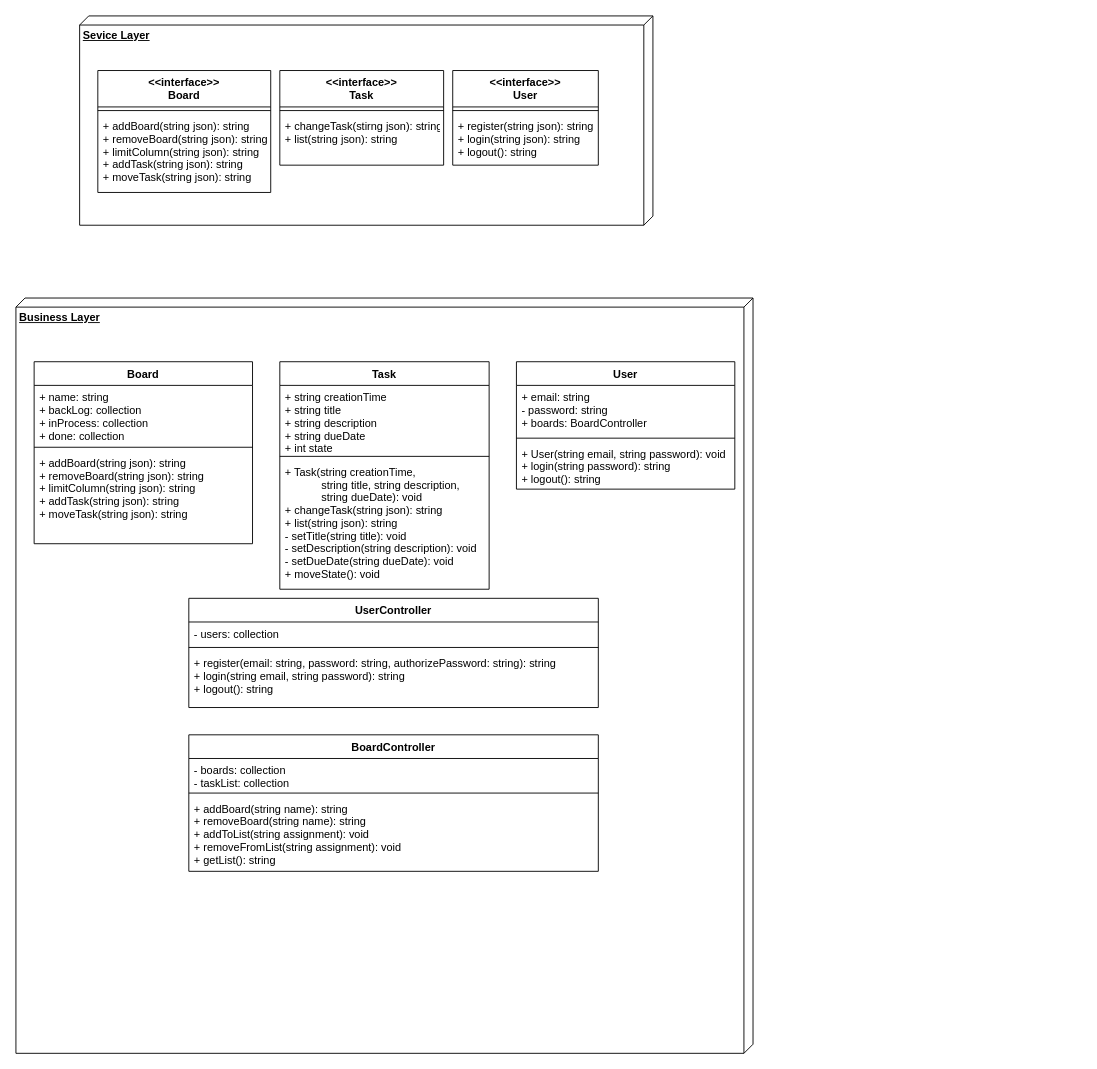
The draw.io diagram KanbanDesign1.drawio in danelboikis/KanbanSEAssignment, before the edit. Source tidied: cells renumbered, new cells numbered last; positions are measured from the earlier drawing's top-left corner, leaving out a move shared by most shapes. Both pictures are drawn from the tidied source at 91%, with x=0, y=0 at pixel (15, 15).
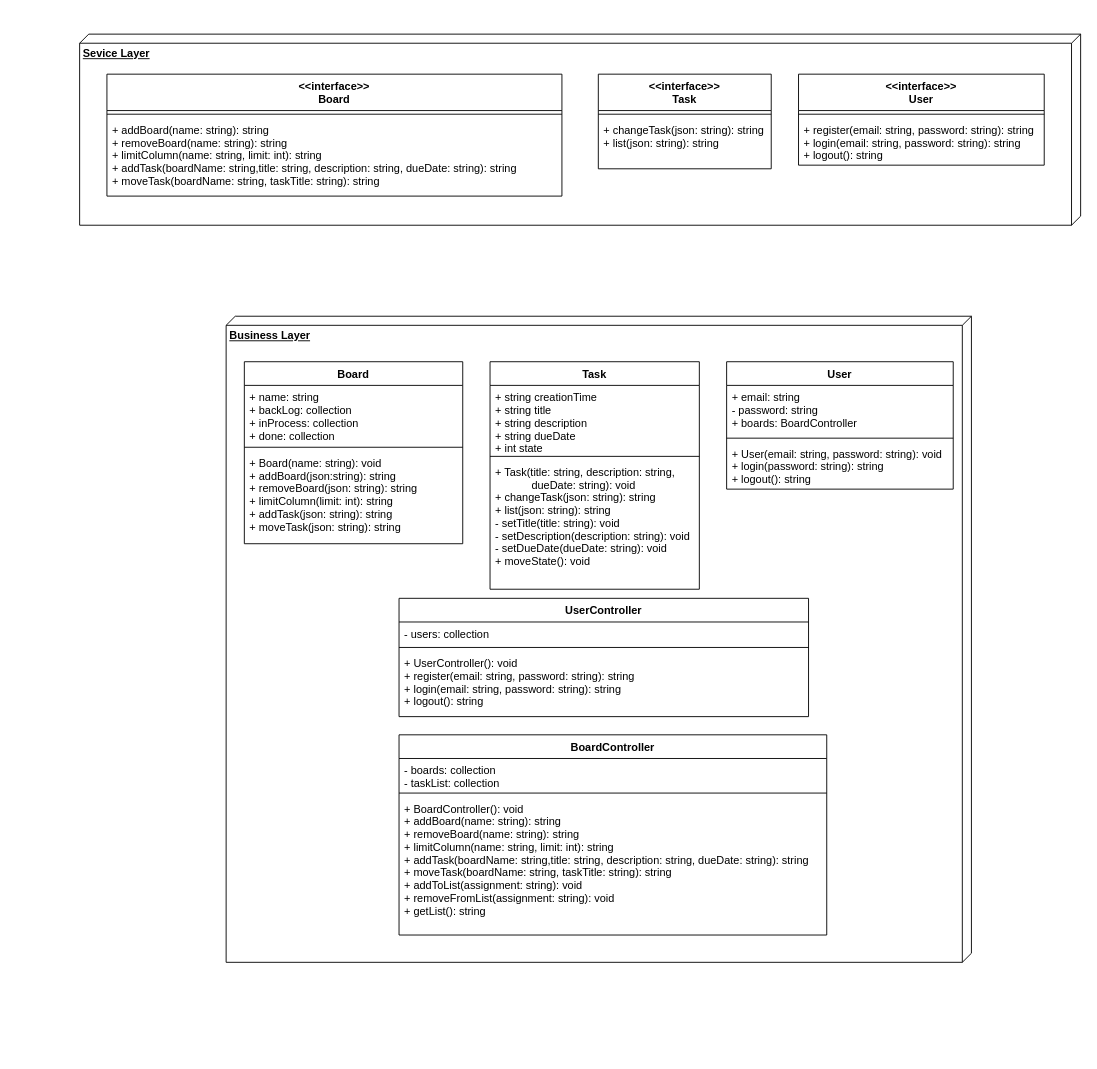
After the change.

Diff of the diagram source:
```diff
@@
     <mxCell id="2" value="&lt;b&gt;Sevice Layer&lt;/b&gt;" style="verticalAlign=top;align=left;spacingTop=8;spacingLeft=2;spacingRight=12;shape=cube;size=10;direction=south;fontStyle=4;html=1;" parent="1" vertex="1">
-      <mxGeometry x="70" width="630" height="230" as="geometry" />
+      <mxGeometry x="70" y="20" width="1100" height="210" as="geometry" />
     </mxCell>
-    <mxCell id="3" value="&lt;&lt;interface&gt;&gt;&#10;Board" style="swimlane;fontStyle=1;align=center;verticalAlign=top;horizontal=1;startSize=40;" parent="1" vertex="1">
-      <mxGeometry x="90" y="60" width="190" height="134" as="geometry" />
-    </mxCell>
-    <mxCell id="4" style="line;strokeWidth=1;fillColor=none;align=left;verticalAlign=middle;spacingTop=-1;spacingLeft=3;spacingRight=3;labelPosition=right;" parent="3" vertex="1">
-      <mxGeometry y="40" width="190" height="8" as="geometry" />
-    </mxCell>
-    <mxCell id="5" value="+ addBoard(string json): string&#10;+ removeBoard(string json): string&#10;+ limitColumn(string json): string&#10;+ addTask(string json): string&#10;+ moveTask(string json): string" style="text;strokeColor=none;fillColor=none;align=left;verticalAlign=top;spacingLeft=4;spacingRight=4;overflow=hidden;" parent="3" vertex="1">
-      <mxGeometry y="48" width="190" height="86" as="geometry" />
-    </mxCell>
     <mxCell id="6" value="&lt;&lt;interface&gt;&gt;&#10;Task" style="swimlane;fontStyle=1;align=center;verticalAlign=top;horizontal=1;startSize=40;" parent="1" vertex="1">
-      <mxGeometry x="290" y="60" width="180" height="104" as="geometry" />
+      <mxGeometry x="640" y="64" width="190" height="104" as="geometry" />
     </mxCell>
     <mxCell id="7" style="line;strokeWidth=1;fillColor=none;align=left;verticalAlign=middle;spacingTop=-1;spacingLeft=3;spacingRight=3;labelPosition=right;" parent="6" vertex="1">
-      <mxGeometry y="40" width="180" height="8" as="geometry" />
+      <mxGeometry y="40" width="190" height="8" as="geometry" />
     </mxCell>
-    <mxCell id="8" value="+ changeTask(stirng json): string&#10;+ list(string json): string&#10;" style="text;strokeColor=none;fillColor=none;align=left;verticalAlign=top;spacingLeft=4;spacingRight=4;overflow=hidden;" parent="6" vertex="1">
-      <mxGeometry y="48" width="180" height="56" as="geometry" />
+    <mxCell id="8" value="+ changeTask(json: string): string&#10;+ list(json: string): string&#10;" style="text;strokeColor=none;fillColor=none;align=left;verticalAlign=top;spacingLeft=4;spacingRight=4;overflow=hidden;" parent="6" vertex="1">
+      <mxGeometry y="48" width="190" height="56" as="geometry" />
     </mxCell>
     <mxCell id="9" value="&lt;&lt;interface&gt;&gt;&#10;User" style="swimlane;fontStyle=1;align=center;verticalAlign=top;horizontal=1;startSize=40;" parent="1" vertex="1">
-      <mxGeometry x="480" y="60" width="160" height="104" as="geometry" />
+      <mxGeometry x="860" y="64" width="270" height="100" as="geometry" />
     </mxCell>
     <mxCell id="10" style="line;strokeWidth=1;fillColor=none;align=left;verticalAlign=middle;spacingTop=-1;spacingLeft=3;spacingRight=3;labelPosition=right;" parent="9" vertex="1">
-      <mxGeometry y="40" width="160" height="8" as="geometry" />
+      <mxGeometry y="40" width="270" height="8" as="geometry" />
     </mxCell>
-    <mxCell id="11" value="+ register(string json): string&#10;+ login(string json): string&#10;+ logout(): string" style="text;strokeColor=none;fillColor=none;align=left;verticalAlign=top;spacingLeft=4;spacingRight=4;overflow=hidden;" parent="9" vertex="1">
-      <mxGeometry y="48" width="160" height="56" as="geometry" />
+    <mxCell id="11" value="+ register(email: string, password: string): string&#10;+ login(email: string, password: string): string&#10;+ logout(): string" style="text;strokeColor=none;fillColor=none;align=left;verticalAlign=top;spacingLeft=4;spacingRight=4;overflow=hidden;" parent="9" vertex="1">
+      <mxGeometry y="48" width="270" height="52" as="geometry" />
     </mxCell>
     <mxCell id="12" value="&lt;b&gt;Business Layer&lt;/b&gt;" style="verticalAlign=top;align=left;spacingTop=8;spacingLeft=2;spacingRight=12;shape=cube;size=10;direction=south;fontStyle=4;html=1;" parent="1" vertex="1">
-      <mxGeometry y="310" width="810" height="830" as="geometry" />
+      <mxGeometry x="231" y="330" width="819" height="710" as="geometry" />
     </mxCell>
     <mxCell id="13" value="UserController" style="swimlane;fontStyle=1;align=center;verticalAlign=top;horizontal=1;startSize=26;" parent="1" vertex="1">
-      <mxGeometry x="190" y="640" width="450" height="120" as="geometry" />
+      <mxGeometry x="421" y="640" width="450" height="130" as="geometry" />
     </mxCell>
@@
-    <mxCell id="16" value="+ register(email: string, password: string, authorizePassword: string): string&#10;+ login(string email, string password): string&#10;+ logout(): string" style="text;strokeColor=none;fillColor=none;align=left;verticalAlign=top;spacingLeft=4;spacingRight=4;overflow=hidden;" parent="13" vertex="1">
-      <mxGeometry y="58" width="450" height="62" as="geometry" />
+    <mxCell id="16" value="+ UserController(): void&#10;+ register(email: string, password: string): string&#10;+ login(email: string, password: string): string&#10;+ logout(): string" style="text;strokeColor=none;fillColor=none;align=left;verticalAlign=top;spacingLeft=4;spacingRight=4;overflow=hidden;" parent="13" vertex="1">
+      <mxGeometry y="58" width="450" height="72" as="geometry" />
     </mxCell>
     <mxCell id="17" value="User" style="swimlane;fontStyle=1;align=center;verticalAlign=top;horizontal=1;startSize=26;" parent="1" vertex="1">
-      <mxGeometry x="550" y="380" width="240" height="140" as="geometry" />
+      <mxGeometry x="781" y="380" width="249" height="140" as="geometry" />
     </mxCell>
     <mxCell id="18" value="+ email: string&#10;- password: string&#10;+ boards: BoardController" style="text;strokeColor=none;fillColor=none;align=left;verticalAlign=top;spacingLeft=4;spacingRight=4;overflow=hidden;" parent="17" vertex="1">
-      <mxGeometry y="26" width="240" height="54" as="geometry" />
+      <mxGeometry y="26" width="249" height="54" as="geometry" />
     </mxCell>
     <mxCell id="19" style="line;strokeWidth=1;fillColor=none;align=left;verticalAlign=middle;spacingTop=-1;spacingLeft=3;spacingRight=3;labelPosition=right;" parent="17" vertex="1">
-      <mxGeometry y="80" width="240" height="8" as="geometry" />
+      <mxGeometry y="80" width="249" height="8" as="geometry" />
     </mxCell>
-    <mxCell id="20" value="+ User(string email, string password): void&#10;+ login(string password): string&#10;+ logout(): string&#10;" style="text;strokeColor=none;fillColor=none;align=left;verticalAlign=top;spacingLeft=4;spacingRight=4;overflow=hidden;" parent="17" vertex="1">
-      <mxGeometry y="88" width="240" height="52" as="geometry" />
+    <mxCell id="20" value="+ User(email: string, password: string): void&#10;+ login(password: string): string&#10;+ logout(): string&#10;" style="text;strokeColor=none;fillColor=none;align=left;verticalAlign=top;spacingLeft=4;spacingRight=4;overflow=hidden;" parent="17" vertex="1">
+      <mxGeometry y="88" width="249" height="52" as="geometry" />
     </mxCell>
     <mxCell id="21" value="Task" style="swimlane;fontStyle=1;align=center;verticalAlign=top;horizontal=1;startSize=26;" parent="1" vertex="1">
-      <mxGeometry x="290" y="380" width="230" height="250" as="geometry" />
+      <mxGeometry x="521" y="380" width="230" height="250" as="geometry" />
     </mxCell>
@@
-    <mxCell id="24" value="+ Task(string creationTime, &#10;            string title, string description,&#10;            string dueDate): void&#10;+ changeTask(string json): string&#10;+ list(string json): string&#10;- setTitle(string title): void&#10;- setDescription(string description): void&#10;- setDueDate(string dueDate): void&#10;+ moveState(): void" style="text;strokeColor=none;fillColor=none;align=left;verticalAlign=top;spacingLeft=4;spacingRight=4;overflow=hidden;" parent="21" vertex="1">
+    <mxCell id="24" value="+ Task(title: string, description: string,&#10;            dueDate: string): void&#10;+ changeTask(json: string): string&#10;+ list(json: string): string&#10;- setTitle(title: string): void&#10;- setDescription(description: string): void&#10;- setDueDate(dueDate: string): void&#10;+ moveState(): void" style="text;strokeColor=none;fillColor=none;align=left;verticalAlign=top;spacingLeft=4;spacingRight=4;overflow=hidden;" parent="21" vertex="1">
       <mxGeometry y="108" width="230" height="142" as="geometry" />
     </mxCell>
     <mxCell id="25" value="Board" style="swimlane;fontStyle=1;align=center;verticalAlign=top;horizontal=1;startSize=26;" parent="1" vertex="1">
-      <mxGeometry x="20" y="380" width="240" height="200" as="geometry" />
+      <mxGeometry x="251" y="380" width="240" height="200" as="geometry" />
     </mxCell>
@@
-    <mxCell id="28" value="+ addBoard(string json): string&#10;+ removeBoard(string json): string&#10;+ limitColumn(string json): string&#10;+ addTask(string json): string&#10;+ moveTask(string json): string" style="text;strokeColor=none;fillColor=none;align=left;verticalAlign=top;spacingLeft=4;spacingRight=4;overflow=hidden;" parent="25" vertex="1">
+    <mxCell id="28" value="+ Board(name: string): void&#10;+ addBoard(json:string): string&#10;+ removeBoard(json: string): string&#10;+ limitColumn(limit: int): string&#10;+ addTask(json: string): string&#10;+ moveTask(json: string): string" style="text;strokeColor=none;fillColor=none;align=left;verticalAlign=top;spacingLeft=4;spacingRight=4;overflow=hidden;" parent="25" vertex="1">
       <mxGeometry y="98" width="240" height="102" as="geometry" />
     </mxCell>
     <mxCell id="29" value="BoardController" style="swimlane;fontStyle=1;align=center;verticalAlign=top;horizontal=1;startSize=26;" parent="1" vertex="1">
-      <mxGeometry x="190" y="790" width="450" height="150" as="geometry" />
+      <mxGeometry x="421" y="790" width="470" height="220" as="geometry" />
     </mxCell>
     <mxCell id="30" value="- boards: collection&#10;- taskList: collection" style="text;strokeColor=none;fillColor=none;align=left;verticalAlign=top;spacingLeft=4;spacingRight=4;overflow=hidden;" parent="29" vertex="1">
-      <mxGeometry y="26" width="450" height="34" as="geometry" />
+      <mxGeometry y="26" width="470" height="34" as="geometry" />
     </mxCell>
     <mxCell id="31" style="line;strokeWidth=1;fillColor=none;align=left;verticalAlign=middle;spacingTop=-1;spacingLeft=3;spacingRight=3;labelPosition=right;" parent="29" vertex="1">
-      <mxGeometry y="60" width="450" height="8" as="geometry" />
+      <mxGeometry y="60" width="470" height="8" as="geometry" />
     </mxCell>
-    <mxCell id="32" value="+ addBoard(string name): string&#10;+ removeBoard(string name): string&#10;+ addToList(string assignment): void&#10;+ removeFromList(string assignment): void&#10;+ getList(): string&#10;" style="text;strokeColor=none;fillColor=none;align=left;verticalAlign=top;spacingLeft=4;spacingRight=4;overflow=hidden;" parent="29" vertex="1">
-      <mxGeometry y="68" width="450" height="82" as="geometry" />
+    <mxCell id="32" value="+ BoardController(): void&#10;+ addBoard(name: string): string&#10;+ removeBoard(name: string): string&#10;+ limitColumn(name: string, limit: int): string&#10;+ addTask(boardName: string,title: string, description: string, dueDate: string): string&#10;+ moveTask(boardName: string, taskTitle: string): string&#10;+ addToList(assignment: string): void&#10;+ removeFromList(assignment: string): void&#10;+ getList(): string&#10;" style="text;strokeColor=none;fillColor=none;align=left;verticalAlign=top;spacingLeft=4;spacingRight=4;overflow=hidden;" parent="29" vertex="1">
+      <mxGeometry y="68" width="470" height="152" as="geometry" />
     </mxCell>
+    <mxCell id="3" value="&lt;&lt;interface&gt;&gt;&#10;Board" style="swimlane;fontStyle=1;align=center;verticalAlign=top;horizontal=1;startSize=40;" parent="1" vertex="1">
+      <mxGeometry x="100" y="64" width="500" height="134" as="geometry" />
+    </mxCell>
+    <mxCell id="33" style="line;strokeWidth=1;fillColor=none;align=left;verticalAlign=middle;spacingTop=-1;spacingLeft=3;spacingRight=3;labelPosition=right;" parent="3" vertex="1">
+      <mxGeometry y="40" width="500" height="8" as="geometry" />
+    </mxCell>
+    <mxCell id="34" value="+ addBoard(name: string): string&#10;+ removeBoard(name: string): string&#10;+ limitColumn(name: string, limit: int): string&#10;+ addTask(boardName: string,title: string, description: string, dueDate: string): string&#10;+ moveTask(boardName: string, taskTitle: string): string" style="text;strokeColor=none;fillColor=none;align=left;verticalAlign=top;spacingLeft=4;spacingRight=4;overflow=hidden;" parent="3" vertex="1">
+      <mxGeometry y="48" width="500" height="86" as="geometry" />
+    </mxCell>
```
